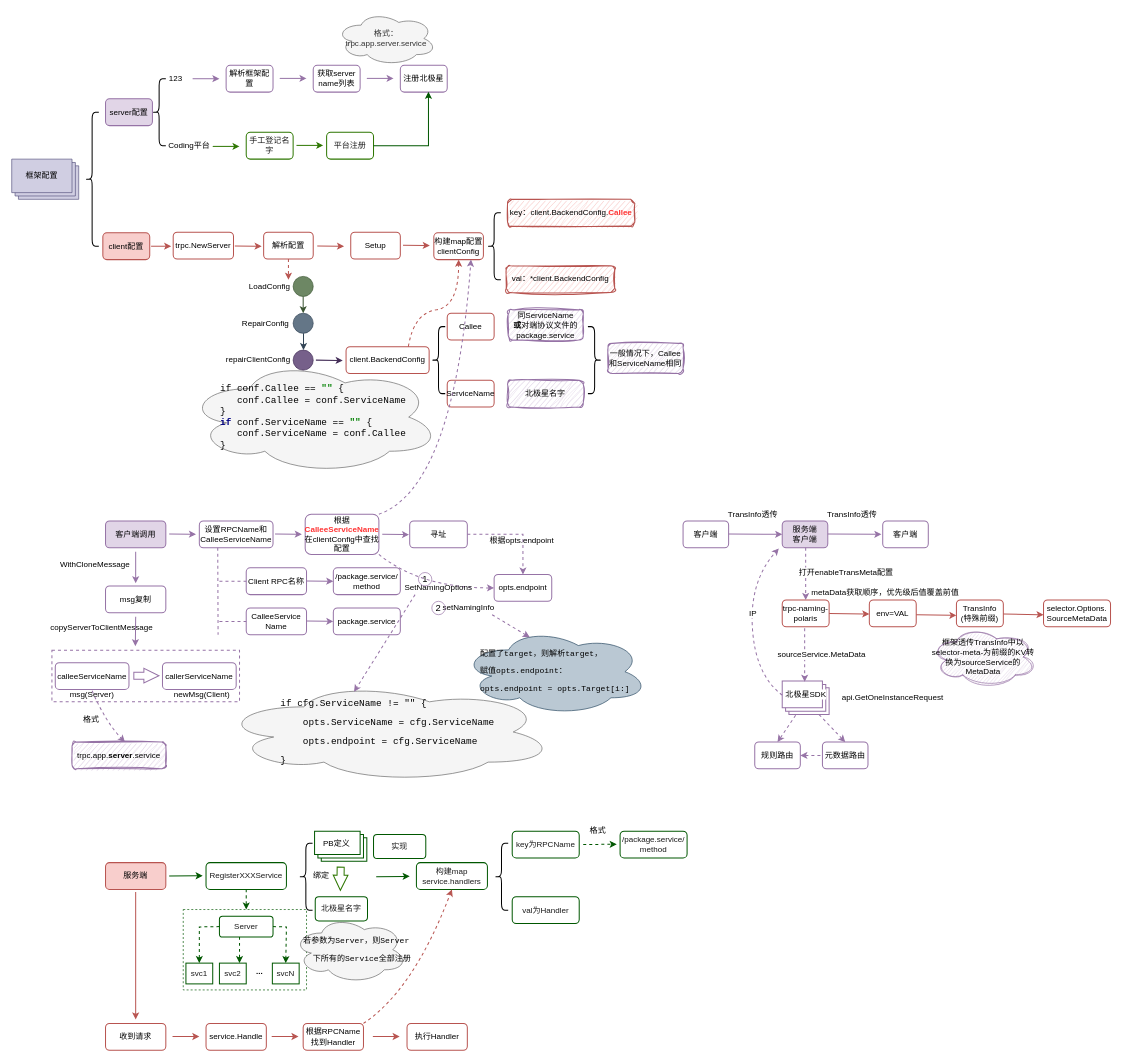
This is base/trpc-go配置.drawio from melonshell/draw.io, a draw.io file, before an edit. Source tidied: cells renumbered, new cells numbered last; positions are measured from the earlier drawing's top-left corner, leaving out a move shared by most shapes. Both pictures are drawn from the tidied source at 67%, with x=0, y=0 at pixel (11, 11).
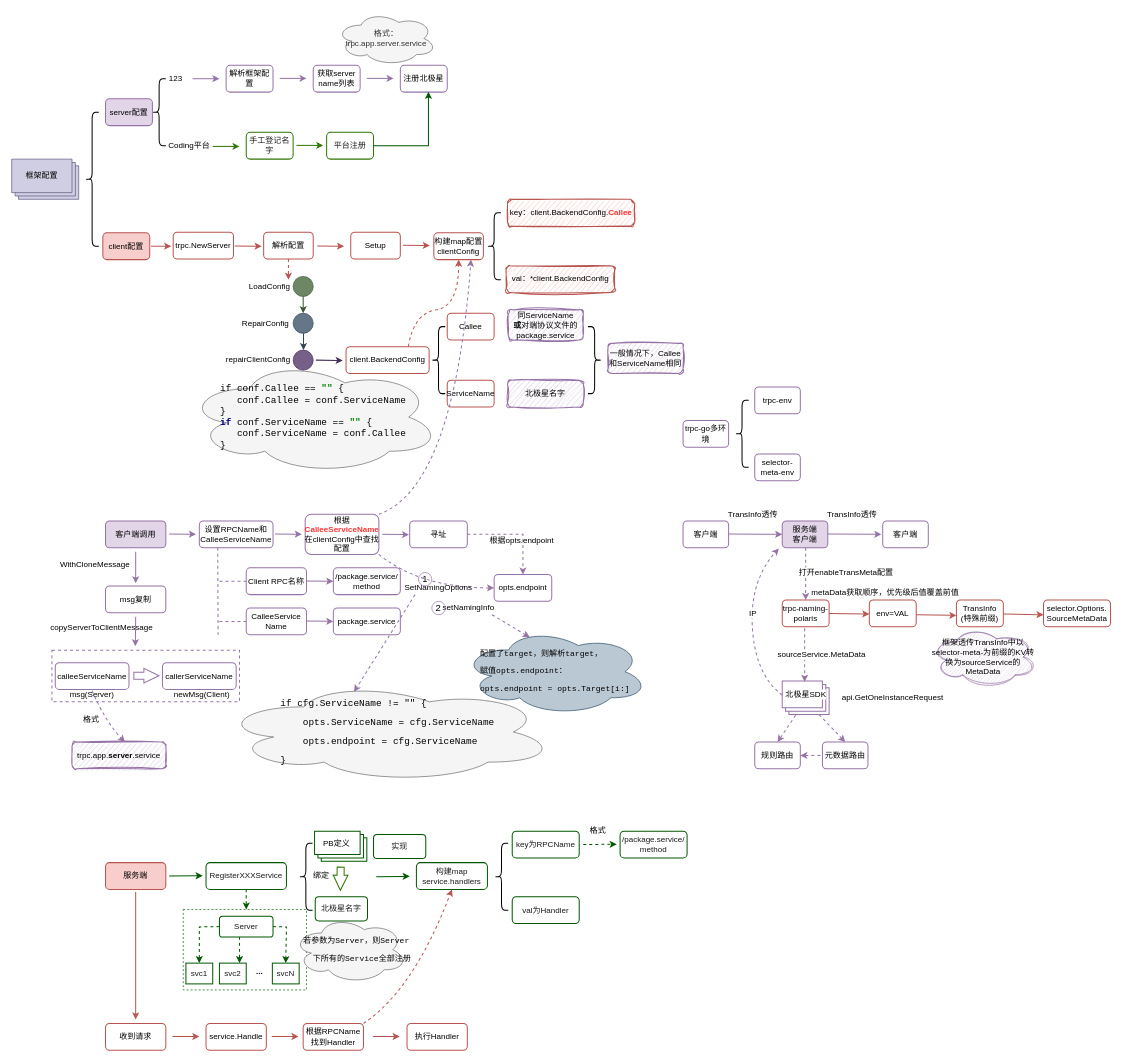
After the change.

What changed in the source:
```diff
@@
+    <mxCell id="166" value="trpc-go多环境" style="rounded=1;whiteSpace=wrap;html=1;strokeWidth=1.5;fillColor=none;strokeColor=#9673a6;" parent="1" vertex="1">
+      <mxGeometry x="1002" y="610" width="68" height="40" as="geometry" />
+    </mxCell>
+    <mxCell id="167" style="shape=curlyBracket;whiteSpace=wrap;html=1;rounded=1;labelPosition=left;verticalLabelPosition=middle;align=right;verticalAlign=middle;strokeWidth=1.5;" parent="1" vertex="1">
+      <mxGeometry x="1080" y="580" width="20" height="100" as="geometry" />
+    </mxCell>
+    <mxCell id="168" value="trpc-env" style="rounded=1;whiteSpace=wrap;html=1;strokeWidth=1.5;fillColor=none;strokeColor=#9673a6;" parent="1" vertex="1">
+      <mxGeometry x="1109" y="560" width="68" height="40" as="geometry" />
+    </mxCell>
+    <mxCell id="169" value="selector-meta-env" style="rounded=1;whiteSpace=wrap;html=1;strokeWidth=1.5;fillColor=none;strokeColor=#9673a6;" parent="1" vertex="1">
+      <mxGeometry x="1109" y="660" width="68" height="40" as="geometry" />
+    </mxCell>
```
